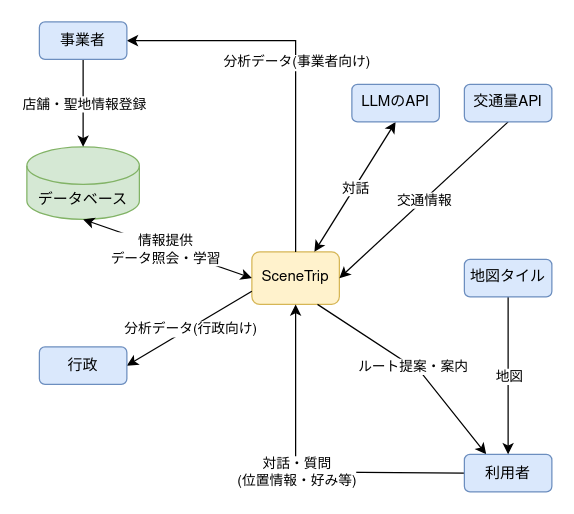
r02092/se2025 keeps this draw.io diagram as docs/figure/softinfo.drawio. Above is the earlier version. Source tidied: cells renumbered, new cells numbered last; positions are measured from the earlier drawing's top-left corner, leaving out a move shared by most shapes. Both pictures are drawn from the tidied source at 125%, with x=0, y=0 at pixel (26, 21).
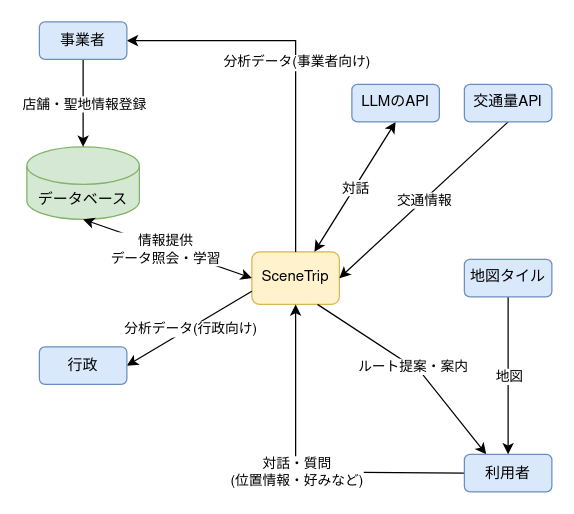
The same page after the edit.

Unchanged cells that the change refers to:
```xml
<mxCell id="10" style="endArrow=classic;html=1;rounded=0;exitX=0;exitY=0.5;exitDx=0;exitDy=0;entryX=0.5;entryY=1;entryDx=0;entryDy=0;" parent="1" edge="1" source="18" target="2">
  <mxGeometry relative="1" as="geometry">
    <Array as="points">
      <mxPoint x="215" y="360" />
    </Array>
  </mxGeometry>
</mxCell>
```

Change to the diagram source:
```diff
@@
-    <mxCell id="11" value="対話・質問&lt;div&gt;(位置情報・好み等)&lt;/div&gt;" style="edgeLabel;html=1;align=center;verticalAlign=middle;fontFamily=Nimbus Sans;" parent="10" vertex="1">
+    <mxCell id="11" value="対話・質問&lt;div&gt;(位置情報・好みなど)&lt;/div&gt;" style="edgeLabel;html=1;align=center;verticalAlign=middle;fontFamily=Nimbus Sans;" parent="10" vertex="1">
       <mxGeometry relative="1" as="geometry" />
     </mxCell>
```
